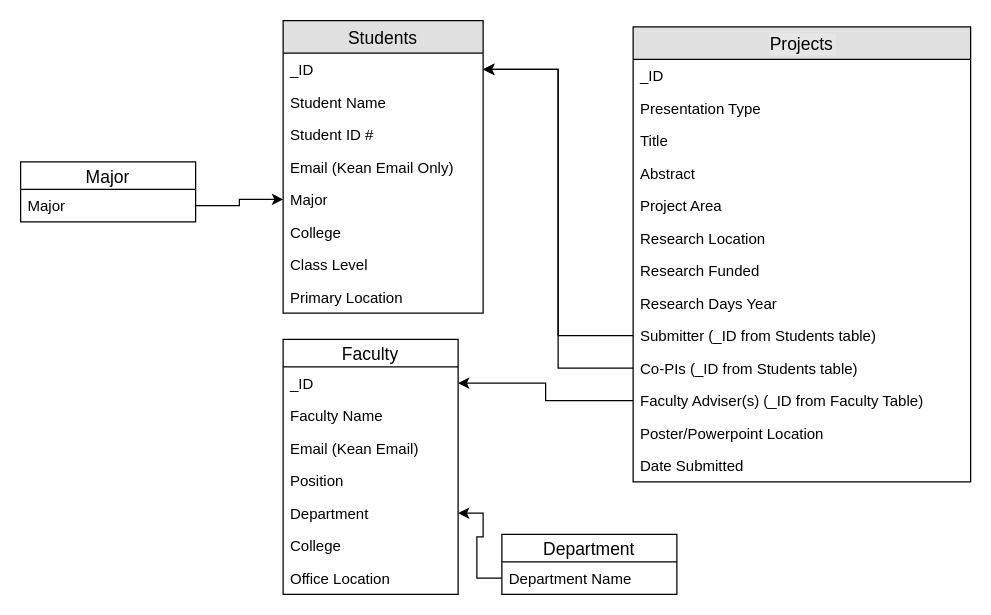
Before: documentation-planning/Database Design.drawio in sfn-git/senior-capstone, a draw.io diagram. Source tidied: cells renumbered, new cells numbered last; positions are measured from the earlier drawing's top-left corner, leaving out a move shared by most shapes. Both pictures are drawn from the tidied source at 125%, with x=0, y=0 at pixel (20, 20).
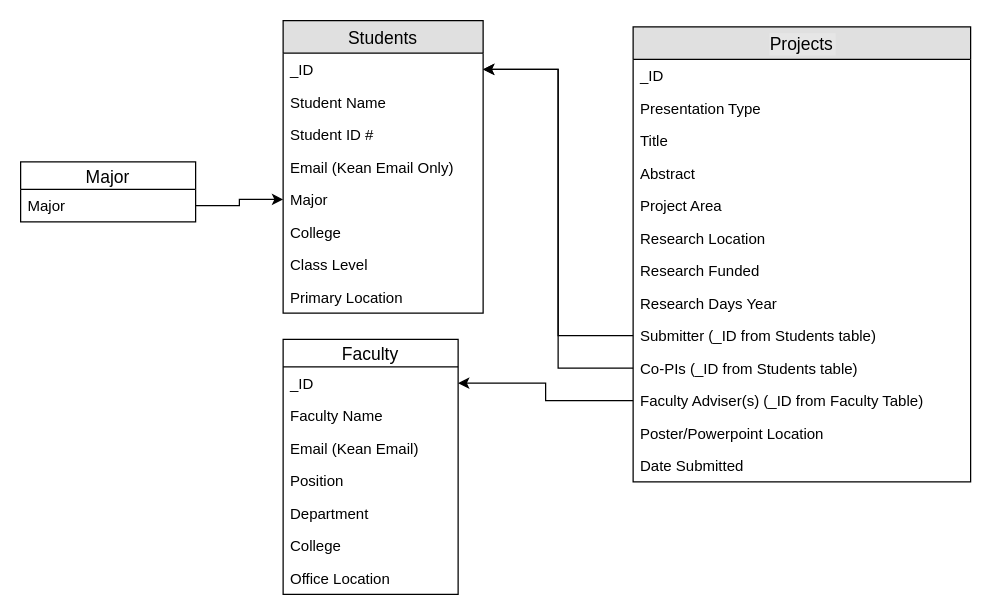
Above is the later version.

Unchanged cells that the change refers to:
```xml
<mxCell id="16" value="Department" style="text;strokeColor=none;fillColor=none;spacingLeft=4;spacingRight=4;overflow=hidden;points=[[0,0.5],[1,0.5]];portConstraint=eastwest;fontSize=12;" parent="11" vertex="1">
  <mxGeometry y="126" width="140" height="26" as="geometry" />
</mxCell>
```

The edit, as a diff of the source:
```diff
@@
-    <mxCell id="36" value="Department" style="swimlane;fontStyle=0;horizontal=1;startSize=22;fillColor=none;swimlaneFillColor=#ffffff;align=center;fontSize=14;" parent="1" vertex="1">
-      <mxGeometry x="385" y="411" width="140" height="48" as="geometry" />
-    </mxCell>
-    <mxCell id="37" value="Department Name" style="text;strokeColor=none;fillColor=none;spacingLeft=4;spacingRight=4;overflow=hidden;points=[[0,0.5],[1,0.5]];portConstraint=eastwest;fontSize=12;" parent="36" vertex="1">
-      <mxGeometry y="22" width="140" height="26" as="geometry" />
-    </mxCell>
@@
-    <mxCell id="40" style="edgeStyle=orthogonalEdgeStyle;rounded=0;jettySize=auto;html=1;exitX=0;exitY=0.5;exitDx=0;exitDy=0;entryX=1;entryY=0.5;entryDx=0;entryDy=0;" parent="1" edge="1" source="37" target="16">
-      <mxGeometry relative="1" as="geometry" />
-    </mxCell>
```
